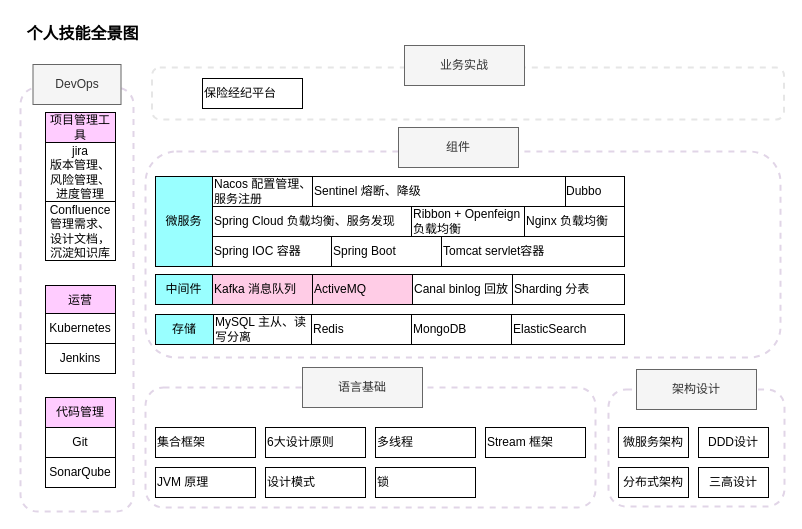
The draw.io diagram 个人技术栈全景图.drawio in hlcgithub/draw, before the edit. Source tidied: cells renumbered, new cells numbered last; positions are measured from the earlier drawing's top-left corner, leaving out a move shared by most shapes. Both pictures are drawn from the tidied source at 100%, with x=0, y=0 at pixel (17, 17).
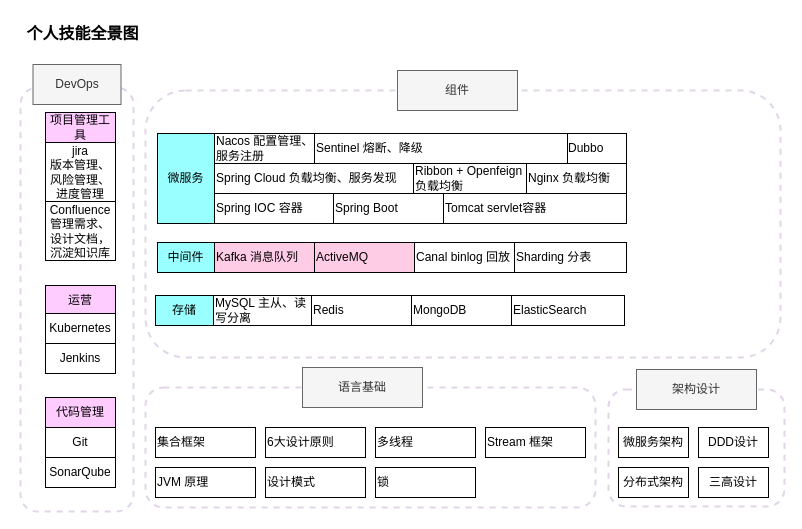
After the change.

Commit message:
去掉项目实战

Change to the diagram source:
```diff
@@
-    <mxCell id="2" style="rounded=1;whiteSpace=wrap;html=1;dashed=1;strokeWidth=2;strokeColor=#E6E6E6;" parent="1" vertex="1">
-      <mxGeometry x="134.5" y="50" width="632" height="52" as="geometry" />
-    </mxCell>
-    <mxCell id="3" value="业务实战" style="rounded=0;whiteSpace=wrap;html=1;fillColor=#f5f5f5;fontColor=#333333;strokeColor=#666666;" parent="1" vertex="1">
-      <mxGeometry x="387" y="28" width="120" height="40" as="geometry" />
-    </mxCell>
@@
     <mxCell id="5" style="rounded=1;whiteSpace=wrap;html=1;dashed=1;strokeWidth=2;strokeColor=#E1D5E7;" parent="1" vertex="1">
-      <mxGeometry x="128" y="134" width="635" height="206" as="geometry" />
+      <mxGeometry x="128" y="73" width="635" height="267" as="geometry" />
     </mxCell>
     <mxCell id="6" value="组件" style="rounded=0;whiteSpace=wrap;html=1;fillColor=#f5f5f5;fontColor=#333333;strokeColor=#666666;" parent="1" vertex="1">
-      <mxGeometry x="381" y="110" width="120" height="40" as="geometry" />
+      <mxGeometry x="380" y="53" width="120" height="40" as="geometry" />
     </mxCell>
     <mxCell id="7" value="Spring IOC 容器" style="rounded=0;whiteSpace=wrap;html=1;align=left;" parent="1" vertex="1">
-      <mxGeometry x="195" y="219" width="119" height="30" as="geometry" />
+      <mxGeometry x="197" y="176" width="119" height="30" as="geometry" />
     </mxCell>
@@
     <mxCell id="12" value="Spring B&lt;span style=&quot;background-color: transparent; color: light-dark(rgb(0, 0, 0), rgb(255, 255, 255));&quot;&gt;oot&lt;/span&gt;" style="rounded=0;whiteSpace=wrap;html=1;align=left;" parent="1" vertex="1">
-      <mxGeometry x="314" y="219" width="112" height="30" as="geometry" />
+      <mxGeometry x="316" y="176" width="112" height="30" as="geometry" />
     </mxCell>
@@
     <mxCell id="16" value="Kafka 消息队列" style="rounded=0;whiteSpace=wrap;html=1;align=left;fillColor=#FFCCE6;" parent="1" vertex="1">
-      <mxGeometry x="195" y="257" width="100" height="30" as="geometry" />
+      <mxGeometry x="197" y="225" width="100" height="30" as="geometry" />
     </mxCell>
     <mxCell id="17" value="Canal binlog 回放" style="rounded=0;whiteSpace=wrap;html=1;align=left;" parent="1" vertex="1">
-      <mxGeometry x="395" y="257" width="100" height="30" as="geometry" />
+      <mxGeometry x="397" y="225" width="100" height="30" as="geometry" />
     </mxCell>
     <mxCell id="18" value="Spring Cloud 负载均衡、服务发现" style="rounded=0;whiteSpace=wrap;html=1;align=left;" parent="1" vertex="1">
-      <mxGeometry x="195" y="189" width="199" height="30" as="geometry" />
+      <mxGeometry x="197" y="146" width="199" height="30" as="geometry" />
     </mxCell>
     <mxCell id="19" value="Sharding 分表" style="rounded=0;whiteSpace=wrap;html=1;align=left;" parent="1" vertex="1">
-      <mxGeometry x="495" y="257" width="112" height="30" as="geometry" />
+      <mxGeometry x="497" y="225" width="112" height="30" as="geometry" />
     </mxCell>
     <mxCell id="20" value="Tomcat servlet容器" style="rounded=0;whiteSpace=wrap;html=1;align=left;" parent="1" vertex="1">
-      <mxGeometry x="424" y="219" width="183" height="30" as="geometry" />
+      <mxGeometry x="426" y="176" width="183" height="30" as="geometry" />
     </mxCell>
@@
     <mxCell id="27" value="MySQL 主从、读写分离" style="rounded=0;whiteSpace=wrap;html=1;align=left;" parent="1" vertex="1">
-      <mxGeometry x="196" y="297" width="100" height="30" as="geometry" />
+      <mxGeometry x="196" y="278" width="100" height="30" as="geometry" />
     </mxCell>
     <mxCell id="28" value="Redis" style="rounded=0;whiteSpace=wrap;html=1;align=left;" parent="1" vertex="1">
-      <mxGeometry x="294" y="297" width="100" height="30" as="geometry" />
+      <mxGeometry x="294" y="278" width="100" height="30" as="geometry" />
     </mxCell>
@@
     <mxCell id="40" value="Nginx 负载均衡" style="rounded=0;whiteSpace=wrap;html=1;align=left;" parent="1" vertex="1">
-      <mxGeometry x="507" y="189" width="100" height="30" as="geometry" />
+      <mxGeometry x="509" y="146" width="100" height="30" as="geometry" />
     </mxCell>
     <mxCell id="41" value="MongoDB" style="rounded=0;whiteSpace=wrap;html=1;align=left;" parent="1" vertex="1">
-      <mxGeometry x="394" y="297" width="100" height="30" as="geometry" />
+      <mxGeometry x="394" y="278" width="100" height="30" as="geometry" />
     </mxCell>
     <mxCell id="42" value="ActiveMQ" style="rounded=0;whiteSpace=wrap;html=1;align=left;fillColor=#FFCCE6;" parent="1" vertex="1">
-      <mxGeometry x="295" y="257" width="100" height="30" as="geometry" />
+      <mxGeometry x="297" y="225" width="100" height="30" as="geometry" />
     </mxCell>
     <mxCell id="43" value="Nacos 配置管理、服务注册" style="rounded=0;whiteSpace=wrap;html=1;align=left;" parent="1" vertex="1">
-      <mxGeometry x="195" y="159" width="100" height="30" as="geometry" />
+      <mxGeometry x="197" y="116" width="100" height="30" as="geometry" />
     </mxCell>
     <mxCell id="44" value="Dubbo" style="rounded=0;whiteSpace=wrap;html=1;align=left;" parent="1" vertex="1">
-      <mxGeometry x="547" y="159" width="60" height="30" as="geometry" />
+      <mxGeometry x="549" y="116" width="60" height="30" as="geometry" />
     </mxCell>
     <mxCell id="45" value="Sentinel 熔断、降级" style="rounded=0;whiteSpace=wrap;html=1;align=left;" parent="1" vertex="1">
-      <mxGeometry x="295" y="159" width="253" height="30" as="geometry" />
+      <mxGeometry x="297" y="116" width="253" height="30" as="geometry" />
     </mxCell>
     <mxCell id="46" value="Ribbon + Openfeign 负载均衡" style="rounded=0;whiteSpace=wrap;html=1;align=left;" parent="1" vertex="1">
-      <mxGeometry x="394" y="189" width="113" height="30" as="geometry" />
+      <mxGeometry x="396" y="146" width="113" height="30" as="geometry" />
     </mxCell>
@@
     <mxCell id="48" value="&lt;span style=&quot;text-align: center;&quot;&gt;ElasticSearch&lt;/span&gt;" style="rounded=0;whiteSpace=wrap;html=1;align=left;" parent="1" vertex="1">
-      <mxGeometry x="494" y="297" width="113" height="30" as="geometry" />
+      <mxGeometry x="494" y="278" width="113" height="30" as="geometry" />
     </mxCell>
@@
     <mxCell id="50" value="存储" style="rounded=0;whiteSpace=wrap;html=1;align=center;fillColor=#99FFFF;" parent="1" vertex="1">
-      <mxGeometry x="138" y="297" width="58" height="30" as="geometry" />
+      <mxGeometry x="138" y="278" width="58" height="30" as="geometry" />
     </mxCell>
     <mxCell id="51" value="中间件" style="rounded=0;whiteSpace=wrap;html=1;align=center;fillColor=#99FFFF;" parent="1" vertex="1">
-      <mxGeometry x="138" y="257" width="57" height="30" as="geometry" />
+      <mxGeometry x="140" y="225" width="57" height="30" as="geometry" />
     </mxCell>
     <mxCell id="52" value="微服务" style="rounded=0;whiteSpace=wrap;html=1;align=center;fillColor=#99FFFF;" parent="1" vertex="1">
-      <mxGeometry x="138" y="159" width="57" height="90" as="geometry" />
+      <mxGeometry x="140" y="116" width="57" height="90" as="geometry" />
     </mxCell>
-    <mxCell id="53" value="保险经纪平台" style="rounded=0;whiteSpace=wrap;html=1;align=left;" parent="1" vertex="1">
-      <mxGeometry x="185" y="61" width="100" height="30" as="geometry" />
-    </mxCell>
```
